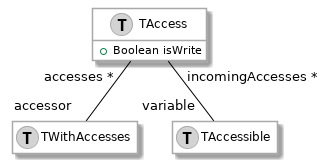
Before: Developers/Diagrams/access.png, a diagram exported from PlantUML (moosetechnology/moose-wiki).
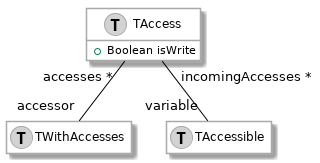
The same file after the commit.

Change to the diagram source:
```diff
@@ -18,7 +18,7 @@
 }
 
 
-behavior3 "accesses * " -[#black]- "accessor  " behavior1
-behavior3 "incomingAccesses * " -[#black]- "variable  " behavior2
+behavior3 "accesses *" -[#black]- "accessor" behavior1
+behavior3 "incomingAccesses *" -[#black]- "variable" behavior2
 
 @enduml
```
